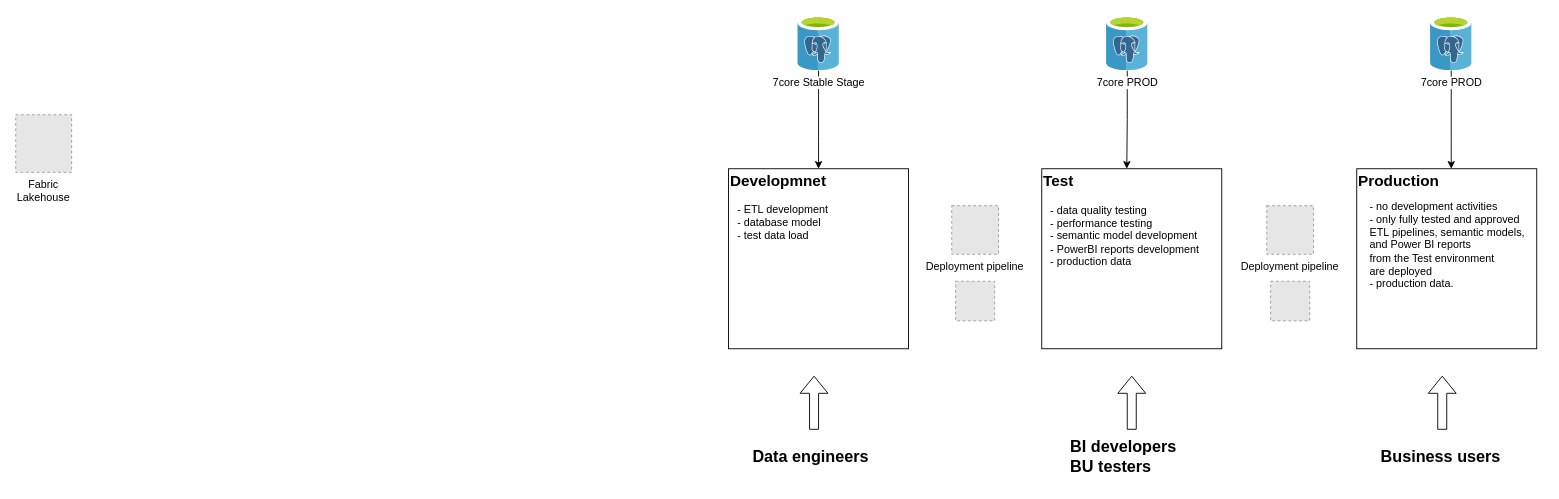
Earlier version of the draw.io diagram page "Enwironments" (4 of 5) of TARGETTY_architecture.drawio (lhlavac/Architecture). Source tidied: cells renumbered, new cells numbered last; positions are measured from the earlier drawing's top-left corner, leaving out a move shared by most shapes. Both pictures are drawn from the tidied source at 90%, with x=0, y=0 at pixel (15, 15). Pictures stored in the file or linked from it are replaced by grey dashed boxes.
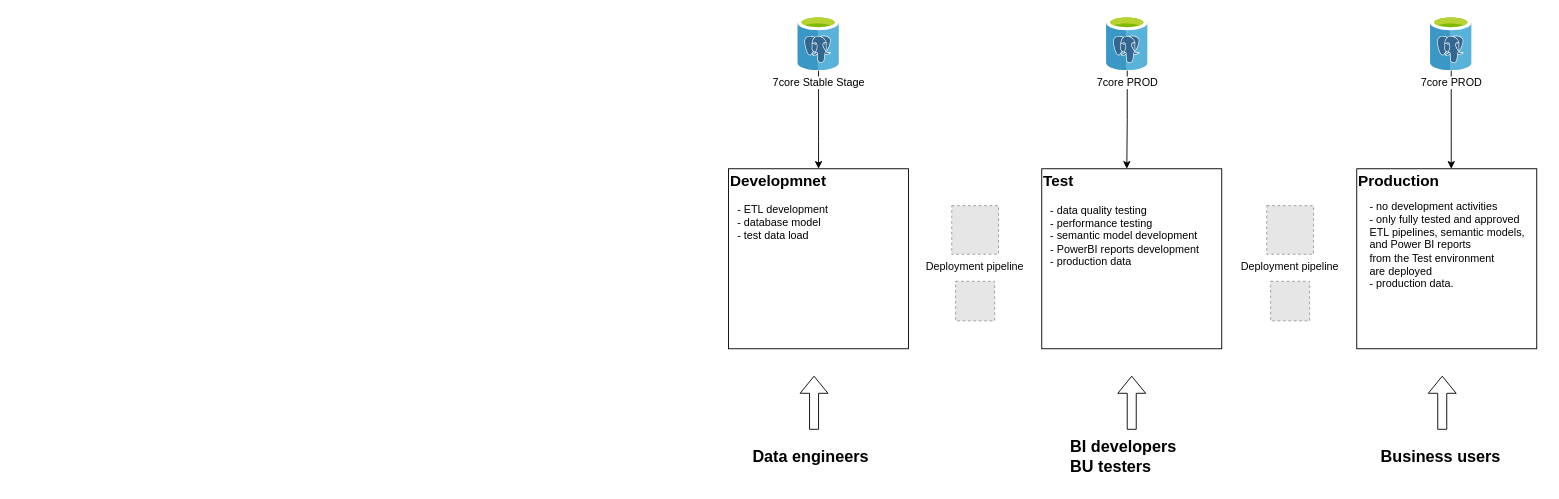
The same diagram, later.

The edit, as a diff of the source:
```diff
@@
-    <mxCell id="27" value="Fabric&#10;Lakehouse" style="fillColor=#E6E6E6;strokeColor=#999999;dashed=1;verticalLabelPosition=bottom;verticalAlign=top;" parent="1" vertex="1">
-      <mxGeometry y="110" width="62.1" height="64" as="geometry" />
-    </mxCell>
```
